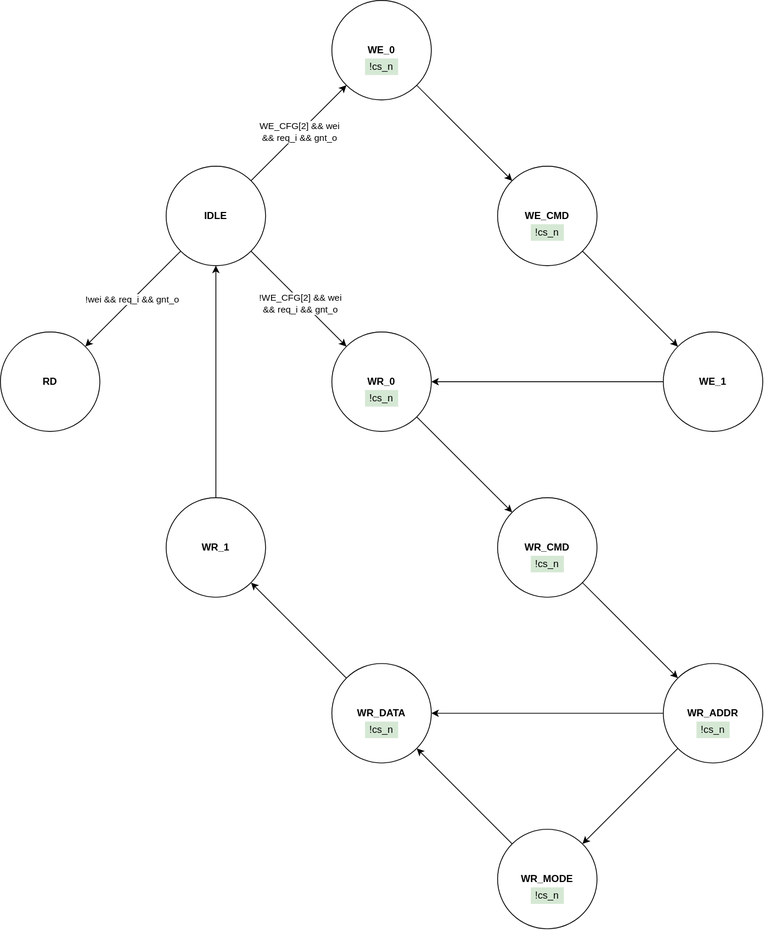
The draw.io diagram doc/fsm.svg in ADN-VLSI/qspi, before a commit. Source tidied: cells renumbered, new cells last; positions are measured from the earlier drawing's top-left corner, leaving out a move shared by most shapes.
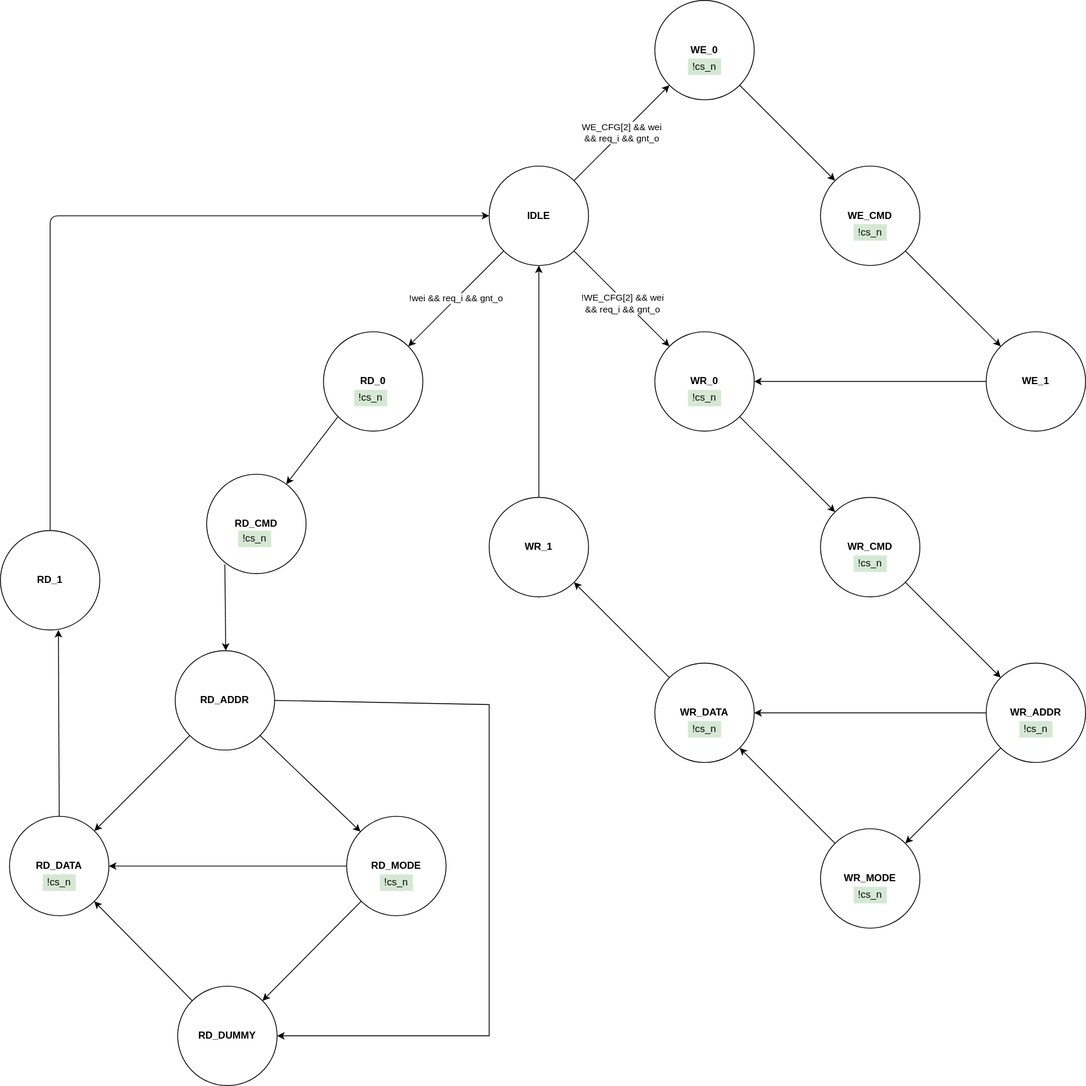
Above is the later version.

What changed in the source:
```diff
@@ -29,7 +29,10 @@
     <mxCell id="10" value="WR_0" style="ellipse;whiteSpace=wrap;html=1;fontStyle=1;" parent="1" vertex="1">
       <mxGeometry x="400" y="400" width="120" height="120" as="geometry" />
     </mxCell>
+    <mxCell id="34" style="edgeStyle=none;html=1;exitX=0;exitY=1;exitDx=0;exitDy=0;" parent="1" edge="1" source="11" target="36">
+      <mxGeometry relative="1" as="geometry" />
+    </mxCell>
-    <mxCell id="11" value="RD" style="ellipse;whiteSpace=wrap;html=1;fontStyle=1;" parent="1" vertex="1">
+    <mxCell id="11" value="RD_0" style="ellipse;whiteSpace=wrap;html=1;fontStyle=1;" parent="1" vertex="1">
       <mxGeometry y="400" width="120" height="120" as="geometry" />
     </mxCell>
     <mxCell id="12" value="!cs_n" style="whiteSpace=wrap;html=1;fillColor=#d5e8d4;strokeColor=none;" parent="1" vertex="1">
@@ -100,5 +103,75 @@
     <mxCell id="33" value="WR_1" style="ellipse;whiteSpace=wrap;html=1;fontStyle=1;" parent="1" vertex="1">
       <mxGeometry x="200" y="600" width="120" height="120" as="geometry" />
     </mxCell>
+    <mxCell id="35" style="edgeStyle=none;html=1;exitX=0.183;exitY=0.908;exitDx=0;exitDy=0;entryX=0.5;entryY=0;entryDx=0;entryDy=0;exitPerimeter=0;" parent="1" edge="1" source="36">
+      <mxGeometry relative="1" as="geometry">
+        <mxPoint x="-118" y="785" as="targetPoint" />
+      </mxGeometry>
+    </mxCell>
+    <mxCell id="36" value="RD_CMD" style="ellipse;whiteSpace=wrap;html=1;fontStyle=1;" parent="1" vertex="1">
+      <mxGeometry x="-141" y="572" width="120" height="120" as="geometry" />
+    </mxCell>
+    <mxCell id="37" value="!cs_n" style="whiteSpace=wrap;html=1;fillColor=#d5e8d4;strokeColor=none;" parent="1" vertex="1">
+      <mxGeometry x="37" y="470" width="40" height="20" as="geometry" />
+    </mxCell>
+    <mxCell id="38" style="edgeStyle=none;html=1;exitX=1;exitY=0.5;exitDx=0;exitDy=0;entryX=1;entryY=0.5;entryDx=0;entryDy=0;rounded=0;curved=0;" parent="1" edge="1" source="39" target="53">
+      <mxGeometry relative="1" as="geometry">
+        <Array as="points">
+          <mxPoint x="200" y="850" />
+          <mxPoint x="200" y="1250" />
+        </Array>
+      </mxGeometry>
+    </mxCell>
+    <mxCell id="39" value="RD_ADDR" style="ellipse;whiteSpace=wrap;html=1;fontStyle=1;" parent="1" vertex="1">
+      <mxGeometry x="-179" y="785" width="120" height="120" as="geometry" />
+    </mxCell>
+    <mxCell id="40" value="!cs_n" style="whiteSpace=wrap;html=1;fillColor=#d5e8d4;strokeColor=none;" parent="1" vertex="1">
+      <mxGeometry x="-103" y="640" width="40" height="20" as="geometry" />
+    </mxCell>
+    <mxCell id="41" style="edgeStyle=none;html=1;exitX=1;exitY=1;exitDx=0;exitDy=0;" parent="1" edge="1" target="45">
+      <mxGeometry relative="1" as="geometry">
+        <mxPoint x="-77" y="887" as="sourcePoint" />
+      </mxGeometry>
+    </mxCell>
+    <mxCell id="42" style="edgeStyle=none;html=1;" parent="1" edge="1" source="45" target="47">
+      <mxGeometry relative="1" as="geometry" />
+    </mxCell>
+    <mxCell id="43" style="edgeStyle=none;html=1;exitX=0;exitY=1;exitDx=0;exitDy=0;" parent="1" edge="1" source="39" target="47">
+      <mxGeometry relative="1" as="geometry" />
+    </mxCell>
+    <mxCell id="44" style="edgeStyle=none;html=1;exitX=0;exitY=1;exitDx=0;exitDy=0;entryX=1;entryY=0;entryDx=0;entryDy=0;" parent="1" edge="1" source="45" target="53">
+      <mxGeometry relative="1" as="geometry" />
+    </mxCell>
+    <mxCell id="45" value="RD_MODE" style="ellipse;whiteSpace=wrap;html=1;fontStyle=1;" parent="1" vertex="1">
+      <mxGeometry x="28" y="985" width="120" height="120" as="geometry" />
+    </mxCell>
+    <mxCell id="46" value="!cs_n" style="whiteSpace=wrap;html=1;fillColor=#d5e8d4;strokeColor=none;" parent="1" vertex="1">
+      <mxGeometry x="68" y="1055" width="40" height="20" as="geometry" />
+    </mxCell>
+    <mxCell id="47" value="RD_DATA" style="ellipse;whiteSpace=wrap;html=1;fontStyle=1;" parent="1" vertex="1">
+      <mxGeometry x="-379" y="985" width="120" height="120" as="geometry" />
+    </mxCell>
+    <mxCell id="48" value="!cs_n" style="whiteSpace=wrap;html=1;fillColor=#d5e8d4;strokeColor=none;" parent="1" vertex="1">
+      <mxGeometry x="-339" y="1055" width="40" height="20" as="geometry" />
+    </mxCell>
+    <mxCell id="49" style="edgeStyle=none;html=1;exitX=0.5;exitY=0;exitDx=0;exitDy=0;entryX=0;entryY=0.5;entryDx=0;entryDy=0;" parent="1" edge="1" source="50" target="6">
+      <mxGeometry relative="1" as="geometry">
+        <Array as="points">
+          <mxPoint x="-330" y="260" />
+        </Array>
+      </mxGeometry>
+    </mxCell>
+    <mxCell id="50" value="RD_1" style="ellipse;whiteSpace=wrap;html=1;fontStyle=1;" parent="1" vertex="1">
+      <mxGeometry x="-390" y="640" width="120" height="120" as="geometry" />
+    </mxCell>
+    <mxCell id="51" style="edgeStyle=none;html=1;entryX=0.583;entryY=1;entryDx=0;entryDy=0;entryPerimeter=0;" parent="1" edge="1" source="47" target="50">
+      <mxGeometry relative="1" as="geometry" />
+    </mxCell>
+    <mxCell id="52" style="edgeStyle=none;html=1;exitX=0;exitY=0;exitDx=0;exitDy=0;" parent="1" edge="1" source="53" target="47">
+      <mxGeometry relative="1" as="geometry" />
+    </mxCell>
+    <mxCell id="53" value="RD_DUMMY" style="ellipse;whiteSpace=wrap;html=1;fontStyle=1;" parent="1" vertex="1">
+      <mxGeometry x="-176" y="1190" width="120" height="120" as="geometry" />
+    </mxCell>
   </root>
 </mxGraphModel>
```
